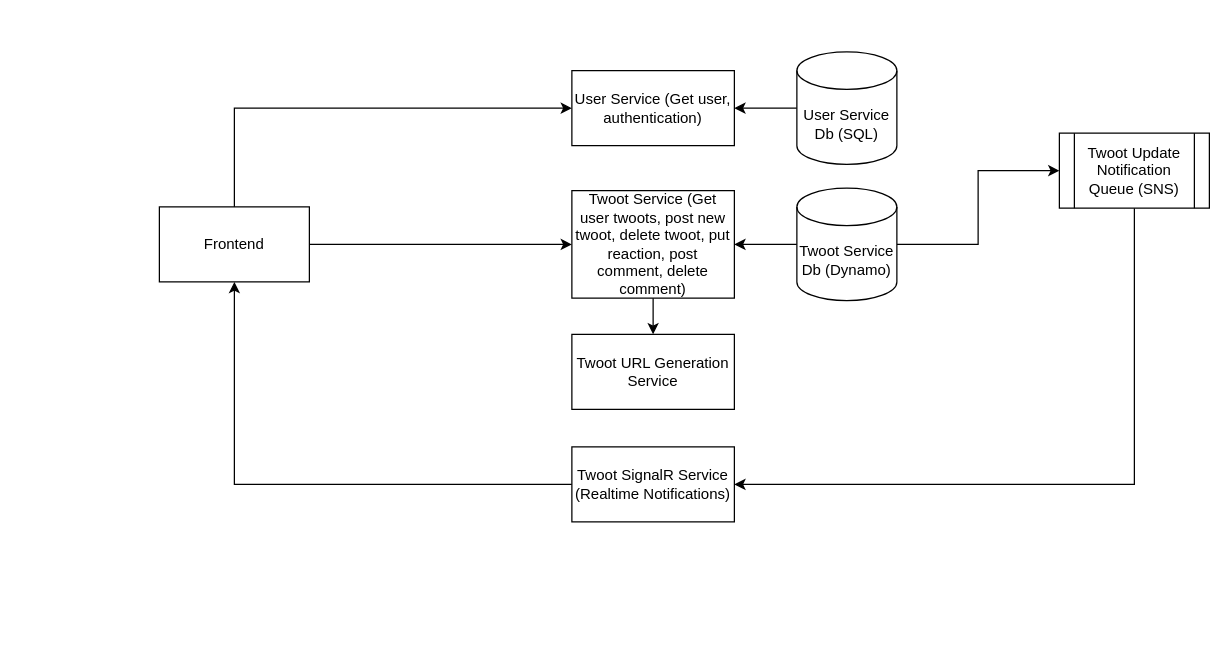
Above: Twooter-Arch.drawio in willholmeswastaken/Twooter (draw.io), before the change. Source tidied: cells renumbered, new cells numbered last; positions are measured from the earlier drawing's top-left corner, leaving out a move shared by most shapes. Both pictures are drawn from the tidied source at 125%, with x=0, y=0 at pixel (159, 51).
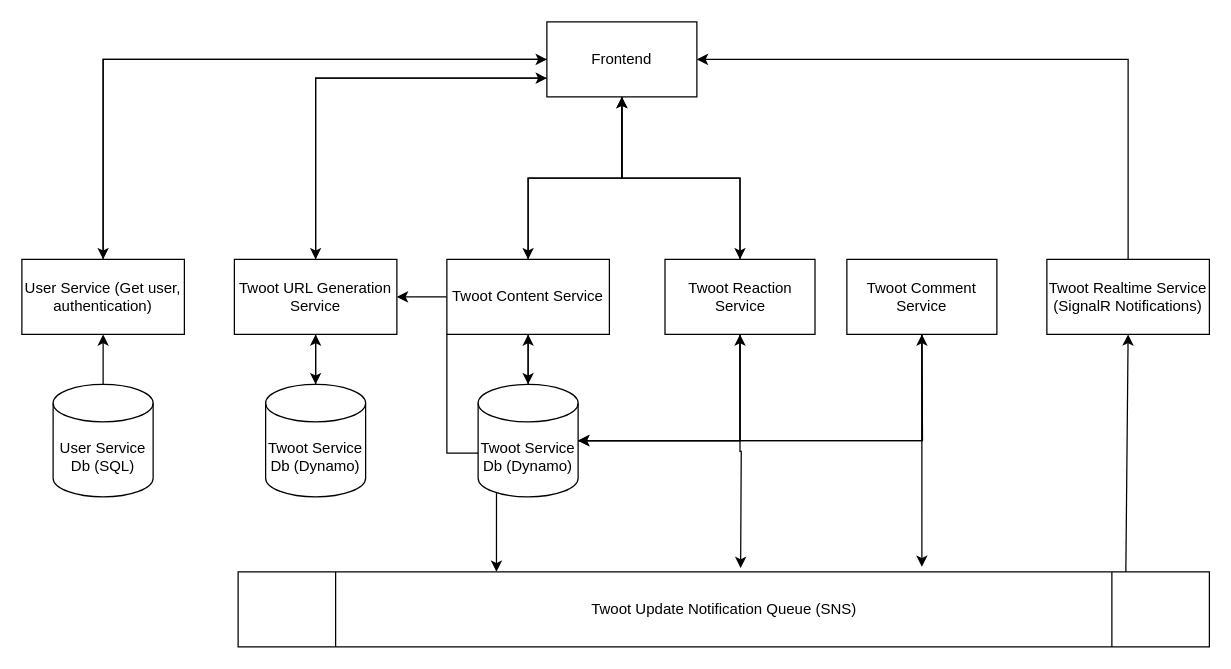
The same page after the edit.

Commit message (it also covers changes not shown here):
Updated architecture diagram, added in some model schemas that would best fit our needs

Change to the diagram source:
```diff
@@
+    <mxCell id="18" style="edgeStyle=orthogonalEdgeStyle;rounded=0;jettySize=auto;html=1;exitX=0.5;exitY=0;exitDx=0;exitDy=0;entryX=0;entryY=0.5;entryDx=0;entryDy=0;" parent="1" edge="1" source="2" target="16">
+      <mxGeometry relative="1" as="geometry" />
+    </mxCell>
     <mxCell id="2" value="User Service (Get user, authentication)" style="rounded=0;whiteSpace=wrap;html=1;" parent="1" vertex="1">
-      <mxGeometry x="330" y="15" width="130" height="60" as="geometry" />
+      <mxGeometry x="-110" y="166" width="130" height="60" as="geometry" />
     </mxCell>
-    <mxCell id="3" style="edgeStyle=orthogonalEdgeStyle;rounded=0;jettySize=auto;html=1;exitX=0;exitY=0.5;exitDx=0;exitDy=0;exitPerimeter=0;" parent="1" edge="1" source="4" target="2">
+    <mxCell id="3" style="edgeStyle=orthogonalEdgeStyle;rounded=0;jettySize=auto;html=1;exitX=0.5;exitY=0;exitDx=0;exitDy=0;exitPerimeter=0;entryX=0.5;entryY=1;entryDx=0;entryDy=0;" parent="1" edge="1" source="4" target="2">
       <mxGeometry relative="1" as="geometry" />
     </mxCell>
     <mxCell id="4" value="User Service Db (SQL)" style="shape=cylinder3;whiteSpace=wrap;html=1;boundedLbl=1;backgroundOutline=1;size=15;" parent="1" vertex="1">
-      <mxGeometry x="510" width="80" height="90" as="geometry" />
+      <mxGeometry x="-85" y="266" width="80" height="90" as="geometry" />
     </mxCell>
-    <mxCell id="5" style="edgeStyle=orthogonalEdgeStyle;rounded=0;jettySize=auto;html=1;exitX=0.5;exitY=1;exitDx=0;exitDy=0;entryX=0.5;entryY=0;entryDx=0;entryDy=0;" parent="1" edge="1" source="6" target="17">
-      <mxGeometry relative="1" as="geometry" />
-    </mxCell>
+    <mxCell id="19" style="edgeStyle=orthogonalEdgeStyle;rounded=0;jettySize=auto;html=1;exitX=0;exitY=0.5;exitDx=0;exitDy=0;" parent="1" edge="1" source="6">
+      <mxGeometry relative="1" as="geometry">
+        <mxPoint x="190" y="196" as="targetPoint" />
+      </mxGeometry>
+    </mxCell>
+    <mxCell id="20" style="edgeStyle=orthogonalEdgeStyle;rounded=0;jettySize=auto;html=1;exitX=0.5;exitY=1;exitDx=0;exitDy=0;" parent="1" edge="1" source="6">
+      <mxGeometry relative="1" as="geometry">
+        <mxPoint x="295" y="266" as="targetPoint" />
+      </mxGeometry>
+    </mxCell>
+    <mxCell id="21" style="edgeStyle=orthogonalEdgeStyle;rounded=0;jettySize=auto;html=1;exitX=0;exitY=1;exitDx=0;exitDy=0;entryX=0.266;entryY=0;entryDx=0;entryDy=0;entryPerimeter=0;" parent="1" edge="1" source="6" target="13">
+      <mxGeometry relative="1" as="geometry" />
+    </mxCell>
+    <mxCell id="22" style="edgeStyle=orthogonalEdgeStyle;rounded=0;jettySize=auto;html=1;exitX=0.5;exitY=0;exitDx=0;exitDy=0;entryX=0.5;entryY=1;entryDx=0;entryDy=0;" parent="1" edge="1" source="6" target="16">
+      <mxGeometry relative="1" as="geometry" />
+    </mxCell>
-    <mxCell id="6" value="Twoot Service (Get user twoots, post new twoot, delete twoot, put reaction, post comment, delete comment)" style="rounded=0;whiteSpace=wrap;html=1;" parent="1" vertex="1">
-      <mxGeometry x="330" y="111" width="130" height="86" as="geometry" />
+    <mxCell id="6" value="Twoot Content Service" style="rounded=0;whiteSpace=wrap;html=1;" parent="1" vertex="1">
+      <mxGeometry x="230" y="166" width="130" height="60" as="geometry" />
     </mxCell>
-    <mxCell id="7" style="edgeStyle=orthogonalEdgeStyle;rounded=0;jettySize=auto;html=1;exitX=0;exitY=0.5;exitDx=0;exitDy=0;exitPerimeter=0;entryX=1;entryY=0.5;entryDx=0;entryDy=0;" parent="1" edge="1" source="9" target="6">
+    <mxCell id="7" style="edgeStyle=orthogonalEdgeStyle;rounded=0;jettySize=auto;html=1;exitX=0.5;exitY=0;exitDx=0;exitDy=0;exitPerimeter=0;entryX=0.5;entryY=1;entryDx=0;entryDy=0;" parent="1" edge="1" source="9" target="6">
       <mxGeometry relative="1" as="geometry" />
     </mxCell>
-    <mxCell id="8" style="edgeStyle=orthogonalEdgeStyle;rounded=0;jettySize=auto;html=1;exitX=1;exitY=0.5;exitDx=0;exitDy=0;exitPerimeter=0;entryX=0;entryY=0.5;entryDx=0;entryDy=0;" parent="1" edge="1" source="9" target="13">
-      <mxGeometry relative="1" as="geometry" />
-    </mxCell>
+    <mxCell id="23" style="edgeStyle=orthogonalEdgeStyle;rounded=0;jettySize=auto;html=1;exitX=1;exitY=0.5;exitDx=0;exitDy=0;exitPerimeter=0;entryX=0.5;entryY=1;entryDx=0;entryDy=0;" parent="1" edge="1" source="9" target="32">
+      <mxGeometry relative="1" as="geometry" />
+    </mxCell>
+    <mxCell id="24" style="edgeStyle=orthogonalEdgeStyle;rounded=0;jettySize=auto;html=1;exitX=1;exitY=0.5;exitDx=0;exitDy=0;exitPerimeter=0;" parent="1" edge="1" source="9">
+      <mxGeometry relative="1" as="geometry">
+        <mxPoint x="610" y="226" as="targetPoint" />
+      </mxGeometry>
+    </mxCell>
     <mxCell id="9" value="Twoot Service Db (Dynamo)" style="shape=cylinder3;whiteSpace=wrap;html=1;boundedLbl=1;backgroundOutline=1;size=15;" parent="1" vertex="1">
-      <mxGeometry x="510" y="109" width="80" height="90" as="geometry" />
+      <mxGeometry x="255" y="266" width="80" height="90" as="geometry" />
     </mxCell>
-    <mxCell id="10" style="edgeStyle=orthogonalEdgeStyle;rounded=0;jettySize=auto;html=1;exitX=0;exitY=0.5;exitDx=0;exitDy=0;entryX=0.5;entryY=1;entryDx=0;entryDy=0;" parent="1" edge="1" source="11" target="16">
+    <mxCell id="10" style="edgeStyle=orthogonalEdgeStyle;rounded=0;jettySize=auto;html=1;exitX=0.5;exitY=0;exitDx=0;exitDy=0;entryX=1;entryY=0.5;entryDx=0;entryDy=0;" parent="1" edge="1" source="11" target="16">
       <mxGeometry relative="1" as="geometry" />
     </mxCell>
-    <mxCell id="11" value="Twoot SignalR Service (Realtime Notifications)" style="whiteSpace=wrap;html=1;" parent="1" vertex="1">
-      <mxGeometry x="330" y="316" width="130" height="60" as="geometry" />
+    <mxCell id="11" value="Twoot Realtime Service (SignalR Notifications)" style="whiteSpace=wrap;html=1;" parent="1" vertex="1">
+      <mxGeometry x="710" y="166" width="130" height="60" as="geometry" />
     </mxCell>
+    <mxCell id="13" value="Twoot Update Notification Queue (SNS)" style="shape=process;whiteSpace=wrap;html=1;backgroundOutline=1;" parent="1" vertex="1">
+      <mxGeometry x="63" y="416" width="777" height="60" as="geometry" />
+    </mxCell>
+    <mxCell id="15" style="edgeStyle=orthogonalEdgeStyle;rounded=0;jettySize=auto;html=1;exitX=0.5;exitY=1;exitDx=0;exitDy=0;entryX=0.5;entryY=0;entryDx=0;entryDy=0;" parent="1" edge="1" source="16" target="6">
+      <mxGeometry relative="1" as="geometry" />
+    </mxCell>
+    <mxCell id="25" style="edgeStyle=orthogonalEdgeStyle;rounded=0;jettySize=auto;html=1;exitX=0.5;exitY=1;exitDx=0;exitDy=0;entryX=0.5;entryY=0;entryDx=0;entryDy=0;" parent="1" edge="1" source="16" target="32">
+      <mxGeometry relative="1" as="geometry" />
+    </mxCell>
+    <mxCell id="14" style="edgeStyle=orthogonalEdgeStyle;rounded=0;jettySize=auto;html=1;exitX=0;exitY=0.5;exitDx=0;exitDy=0;entryX=0.5;entryY=0;entryDx=0;entryDy=0;" parent="1" edge="1" source="16" target="2">
+      <mxGeometry relative="1" as="geometry" />
+    </mxCell>
+    <mxCell id="26" style="edgeStyle=orthogonalEdgeStyle;rounded=0;jettySize=auto;html=1;exitX=0;exitY=0.75;exitDx=0;exitDy=0;entryX=0.5;entryY=0;entryDx=0;entryDy=0;" parent="1" edge="1" source="16" target="17">
+      <mxGeometry relative="1" as="geometry" />
+    </mxCell>
+    <mxCell id="16" value="Frontend" style="whiteSpace=wrap;html=1;" parent="1" vertex="1">
+      <mxGeometry x="310" y="-24" width="120" height="60" as="geometry" />
+    </mxCell>
+    <mxCell id="27" style="edgeStyle=orthogonalEdgeStyle;rounded=0;jettySize=auto;html=1;exitX=0.5;exitY=1;exitDx=0;exitDy=0;entryX=0.5;entryY=0;entryDx=0;entryDy=0;entryPerimeter=0;" parent="1" edge="1" source="17" target="37">
+      <mxGeometry relative="1" as="geometry" />
+    </mxCell>
+    <mxCell id="28" style="edgeStyle=orthogonalEdgeStyle;rounded=0;jettySize=auto;html=1;exitX=0.5;exitY=0;exitDx=0;exitDy=0;entryX=0;entryY=0.75;entryDx=0;entryDy=0;" parent="1" edge="1" source="17" target="16">
+      <mxGeometry relative="1" as="geometry" />
+    </mxCell>
+    <mxCell id="17" value="Twoot URL Generation Service" style="whiteSpace=wrap;html=1;" parent="1" vertex="1">
+      <mxGeometry x="60" y="166" width="130" height="60" as="geometry" />
+    </mxCell>
+    <mxCell id="29" style="edgeStyle=orthogonalEdgeStyle;rounded=0;jettySize=auto;html=1;exitX=0.5;exitY=1;exitDx=0;exitDy=0;entryX=1;entryY=0.5;entryDx=0;entryDy=0;entryPerimeter=0;" parent="1" edge="1" source="32" target="9">
+      <mxGeometry relative="1" as="geometry" />
+    </mxCell>
+    <mxCell id="30" style="edgeStyle=orthogonalEdgeStyle;rounded=0;jettySize=auto;html=1;exitX=0.5;exitY=1;exitDx=0;exitDy=0;" parent="1" edge="1" source="32">
+      <mxGeometry relative="1" as="geometry">
+        <mxPoint x="465" y="413" as="targetPoint" />
+      </mxGeometry>
+    </mxCell>
+    <mxCell id="31" style="edgeStyle=orthogonalEdgeStyle;rounded=0;jettySize=auto;html=1;exitX=0.5;exitY=0;exitDx=0;exitDy=0;entryX=0.5;entryY=1;entryDx=0;entryDy=0;" parent="1" edge="1" source="32" target="16">
+      <mxGeometry relative="1" as="geometry" />
+    </mxCell>
+    <mxCell id="32" value="Twoot Reaction Service" style="whiteSpace=wrap;html=1;" parent="1" vertex="1">
+      <mxGeometry x="404.5" y="166" width="120" height="60" as="geometry" />
+    </mxCell>
-    <mxCell id="12" style="edgeStyle=orthogonalEdgeStyle;rounded=0;jettySize=auto;html=1;exitX=0.5;exitY=1;exitDx=0;exitDy=0;entryX=1;entryY=0.5;entryDx=0;entryDy=0;" parent="1" edge="1" source="13" target="11">
+    <mxCell id="12" style="endArrow=classic;html=1;entryX=0.5;entryY=1;entryDx=0;entryDy=0;exitX=0.914;exitY=0;exitDx=0;exitDy=0;exitPerimeter=0;" parent="1" edge="1" source="13" target="11">
       <mxGeometry relative="1" as="geometry" />
     </mxCell>
-    <mxCell id="13" value="Twoot Update Notification Queue (SNS)" style="shape=process;whiteSpace=wrap;html=1;backgroundOutline=1;" parent="1" vertex="1">
-      <mxGeometry x="720" y="65" width="120" height="60" as="geometry" />
-    </mxCell>
-    <mxCell id="14" style="edgeStyle=orthogonalEdgeStyle;rounded=0;jettySize=auto;html=1;exitX=0.5;exitY=0;exitDx=0;exitDy=0;entryX=0;entryY=0.5;entryDx=0;entryDy=0;" parent="1" edge="1" source="16" target="2">
-      <mxGeometry relative="1" as="geometry" />
-    </mxCell>
-    <mxCell id="15" style="edgeStyle=orthogonalEdgeStyle;rounded=0;jettySize=auto;html=1;exitX=1;exitY=0.5;exitDx=0;exitDy=0;entryX=0;entryY=0.5;entryDx=0;entryDy=0;" parent="1" edge="1" source="16" target="6">
-      <mxGeometry relative="1" as="geometry" />
-    </mxCell>
-    <mxCell id="16" value="Frontend" style="whiteSpace=wrap;html=1;" parent="1" vertex="1">
-      <mxGeometry y="124" width="120" height="60" as="geometry" />
-    </mxCell>
-    <mxCell id="17" value="Twoot URL Generation Service" style="whiteSpace=wrap;html=1;" parent="1" vertex="1">
-      <mxGeometry x="330" y="226" width="130" height="60" as="geometry" />
-    </mxCell>
+    <mxCell id="33" style="edgeStyle=orthogonalEdgeStyle;rounded=0;jettySize=auto;html=1;exitX=0.5;exitY=1;exitDx=0;exitDy=0;entryX=1;entryY=0.5;entryDx=0;entryDy=0;entryPerimeter=0;" parent="1" edge="1" source="35" target="9">
+      <mxGeometry relative="1" as="geometry" />
+    </mxCell>
+    <mxCell id="34" style="edgeStyle=orthogonalEdgeStyle;rounded=0;jettySize=auto;html=1;exitX=0.5;exitY=1;exitDx=0;exitDy=0;entryX=0.704;entryY=-0.067;entryDx=0;entryDy=0;entryPerimeter=0;" parent="1" edge="1" source="35" target="13">
+      <mxGeometry relative="1" as="geometry" />
+    </mxCell>
+    <mxCell id="35" value="Twoot Comment Service" style="whiteSpace=wrap;html=1;" parent="1" vertex="1">
+      <mxGeometry x="550" y="166" width="120" height="60" as="geometry" />
+    </mxCell>
+    <mxCell id="36" style="edgeStyle=orthogonalEdgeStyle;rounded=0;jettySize=auto;html=1;exitX=0.5;exitY=0;exitDx=0;exitDy=0;exitPerimeter=0;entryX=0.5;entryY=1;entryDx=0;entryDy=0;" parent="1" edge="1" source="37" target="17">
+      <mxGeometry relative="1" as="geometry" />
+    </mxCell>
+    <mxCell id="37" value="Twoot Service Db (Dynamo)" style="shape=cylinder3;whiteSpace=wrap;html=1;boundedLbl=1;backgroundOutline=1;size=15;" parent="1" vertex="1">
+      <mxGeometry x="85" y="266" width="80" height="90" as="geometry" />
+    </mxCell>
```
